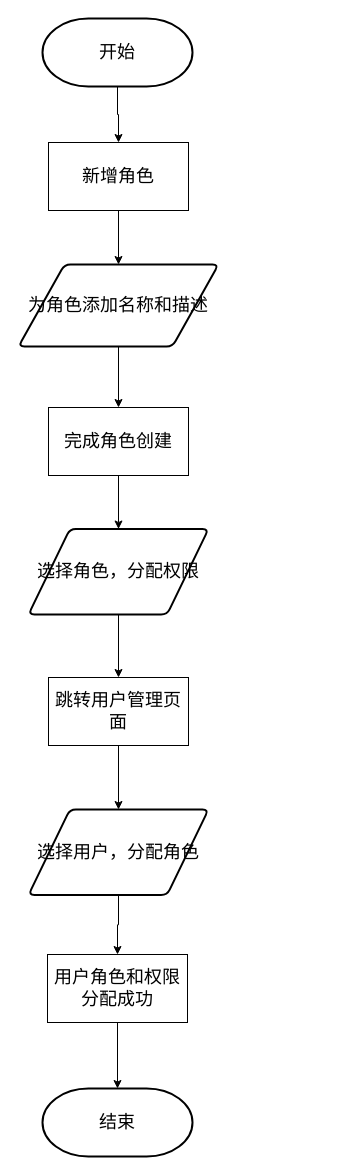
This is 分配用户角色权限模块流程图.drawio from FanDoggie/github-slideshow, a draw.io file, before an edit. Source tidied: cells renumbered, new cells numbered last; positions are measured from the earlier drawing's top-left corner, leaving out a move shared by most shapes. Both pictures are drawn from the tidied source at 100%, with x=0, y=0 at pixel (18, 18).
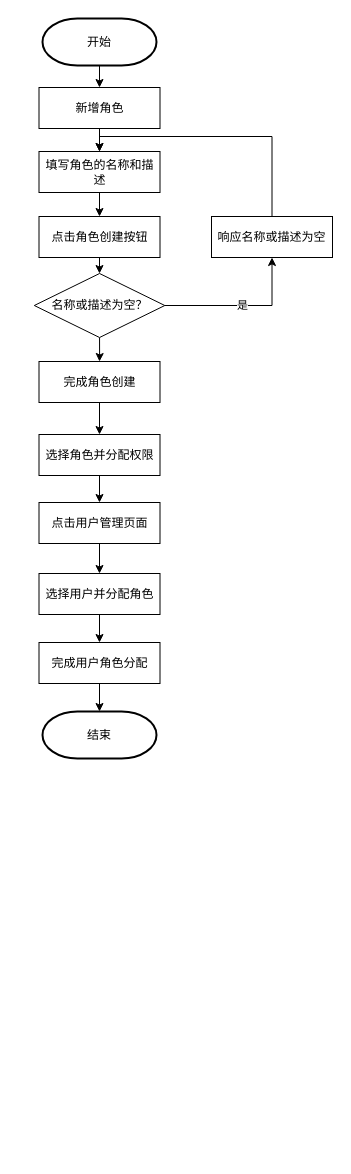
The same page after the edit.

Commit message:
更新分配用户角色权限模块流程图.drawio

Change to the diagram source:
```diff
@@
-    <mxCell id="3" value="开始" style="strokeWidth=2;html=1;shape=mxgraph.flowchart.terminator;whiteSpace=wrap;fontSize=18;" parent="1" vertex="1">
-      <mxGeometry x="24" width="150" height="68" as="geometry" />
+    <mxCell id="3" value="开始" style="strokeWidth=2;html=1;shape=mxgraph.flowchart.terminator;whiteSpace=wrap;fontSize=12;" parent="1" vertex="1">
+      <mxGeometry x="24" width="114" height="47" as="geometry" />
     </mxCell>
-    <mxCell id="4" style="edgeStyle=orthogonalEdgeStyle;rounded=0;jettySize=auto;html=1;" parent="1" edge="1" source="5" target="7">
-      <mxGeometry relative="1" as="geometry" />
-    </mxCell>
+    <mxCell id="19" style="edgeStyle=orthogonalEdgeStyle;rounded=0;jettySize=auto;html=1;exitX=0.5;exitY=1;exitDx=0;exitDy=0;entryX=0.5;entryY=0;entryDx=0;entryDy=0;" parent="1" edge="1" source="5" target="21">
+      <mxGeometry relative="1" as="geometry" />
+    </mxCell>
-    <mxCell id="5" value="新增角色" style="rounded=0;whiteSpace=wrap;html=1;fontSize=18;" parent="1" vertex="1">
-      <mxGeometry x="30" y="124" width="140" height="68" as="geometry" />
+    <mxCell id="5" value="新增角色" style="rounded=0;whiteSpace=wrap;html=1;fontSize=12;" parent="1" vertex="1">
+      <mxGeometry x="20.5" y="69" width="121" height="41" as="geometry" />
     </mxCell>
-    <mxCell id="6" style="edgeStyle=orthogonalEdgeStyle;rounded=0;jettySize=auto;html=1;" parent="1" edge="1" source="7" target="9">
-      <mxGeometry relative="1" as="geometry" />
-    </mxCell>
-    <mxCell id="7" value="&lt;font style=&quot;font-size: 18px;&quot;&gt;为角色添加名称和描述&lt;/font&gt;" style="shape=parallelogram;html=1;strokeWidth=2;perimeter=parallelogramPerimeter;whiteSpace=wrap;rounded=1;arcSize=12;size=0.23;fontSize=15;" parent="1" vertex="1">
-      <mxGeometry y="246" width="200" height="82" as="geometry" />
-    </mxCell>
-    <mxCell id="8" style="edgeStyle=orthogonalEdgeStyle;rounded=0;jettySize=auto;html=1;" parent="1" edge="1" source="9" target="11">
-      <mxGeometry relative="1" as="geometry" />
-    </mxCell>
+    <mxCell id="20" style="edgeStyle=orthogonalEdgeStyle;rounded=0;jettySize=auto;html=1;exitX=0.5;exitY=1;exitDx=0;exitDy=0;entryX=0.5;entryY=0;entryDx=0;entryDy=0;" parent="1" edge="1" source="21" target="23">
+      <mxGeometry relative="1" as="geometry" />
+    </mxCell>
+    <mxCell id="21" value="填写角色的名称和描述" style="rounded=0;whiteSpace=wrap;html=1;fontSize=12;" parent="1" vertex="1">
+      <mxGeometry x="20.5" y="133" width="121" height="41" as="geometry" />
+    </mxCell>
+    <mxCell id="22" style="edgeStyle=orthogonalEdgeStyle;rounded=0;jettySize=auto;html=1;exitX=0.5;exitY=1;exitDx=0;exitDy=0;" parent="1" edge="1" source="23" target="26">
+      <mxGeometry relative="1" as="geometry">
+        <Array as="points">
+          <mxPoint x="81" y="252" />
+          <mxPoint x="81" y="252" />
+        </Array>
+      </mxGeometry>
+    </mxCell>
+    <mxCell id="23" value="点击角色创建按钮" style="rounded=0;whiteSpace=wrap;html=1;fontSize=12;" parent="1" vertex="1">
+      <mxGeometry x="20.5" y="198" width="121" height="41" as="geometry" />
+    </mxCell>
+    <mxCell id="24" value="是" style="edgeStyle=orthogonalEdgeStyle;rounded=0;jettySize=auto;html=1;exitX=1;exitY=0.5;exitDx=0;exitDy=0;entryX=0.5;entryY=1;entryDx=0;entryDy=0;" parent="1" edge="1" source="26" target="28">
+      <mxGeometry relative="1" as="geometry" />
+    </mxCell>
+    <mxCell id="25" style="edgeStyle=orthogonalEdgeStyle;rounded=0;jettySize=auto;html=1;exitX=0.5;exitY=1;exitDx=0;exitDy=0;" parent="1" edge="1" source="26" target="9">
+      <mxGeometry relative="1" as="geometry" />
+    </mxCell>
+    <mxCell id="26" value="名称或描述为空？" style="rhombus;whiteSpace=wrap;html=1;" parent="1" vertex="1">
+      <mxGeometry x="15.8" y="255" width="130.5" height="64" as="geometry" />
+    </mxCell>
+    <mxCell id="27" style="edgeStyle=orthogonalEdgeStyle;rounded=0;jettySize=auto;html=1;exitX=0.5;exitY=0;exitDx=0;exitDy=0;entryX=0.5;entryY=0;entryDx=0;entryDy=0;" parent="1" edge="1" source="28" target="21">
+      <mxGeometry relative="1" as="geometry">
+        <Array as="points">
+          <mxPoint x="254" y="118" />
+          <mxPoint x="81" y="118" />
+        </Array>
+      </mxGeometry>
+    </mxCell>
+    <mxCell id="28" value="响应名称或描述为空" style="rounded=0;whiteSpace=wrap;html=1;fontSize=12;" parent="1" vertex="1">
+      <mxGeometry x="193" y="198" width="121" height="41" as="geometry" />
+    </mxCell>
+    <mxCell id="29" style="edgeStyle=orthogonalEdgeStyle;rounded=0;jettySize=auto;html=1;exitX=0.5;exitY=1;exitDx=0;exitDy=0;" parent="1" edge="1" source="9" target="31">
+      <mxGeometry relative="1" as="geometry" />
+    </mxCell>
-    <mxCell id="9" value="完成角色创建" style="rounded=0;whiteSpace=wrap;html=1;fontSize=18;" parent="1" vertex="1">
-      <mxGeometry x="30" y="389" width="140" height="68" as="geometry" />
+    <mxCell id="9" value="完成角色创建" style="rounded=0;whiteSpace=wrap;html=1;fontSize=12;" parent="1" vertex="1">
+      <mxGeometry x="20.5" y="343" width="121" height="41" as="geometry" />
     </mxCell>
-    <mxCell id="10" style="edgeStyle=orthogonalEdgeStyle;rounded=0;jettySize=auto;html=1;exitX=0.5;exitY=1;exitDx=0;exitDy=0;entryX=0.5;entryY=0;entryDx=0;entryDy=0;" parent="1" edge="1" source="11" target="13">
-      <mxGeometry relative="1" as="geometry" />
-    </mxCell>
-    <mxCell id="11" value="&lt;font style=&quot;font-size: 18px;&quot;&gt;选择角色，分配权限&lt;/font&gt;" style="shape=parallelogram;html=1;strokeWidth=2;perimeter=parallelogramPerimeter;whiteSpace=wrap;rounded=1;arcSize=12;size=0.23;fontSize=14;" parent="1" vertex="1">
-      <mxGeometry x="10" y="510.5" width="180" height="85.5" as="geometry" />
-    </mxCell>
-    <mxCell id="12" style="edgeStyle=orthogonalEdgeStyle;rounded=0;jettySize=auto;html=1;" parent="1" edge="1" source="13" target="15">
-      <mxGeometry relative="1" as="geometry" />
-    </mxCell>
-    <mxCell id="13" value="跳转用户管理页面" style="rounded=0;whiteSpace=wrap;html=1;fontSize=18;" parent="1" vertex="1">
-      <mxGeometry x="30" y="659" width="140" height="68" as="geometry" />
-    </mxCell>
-    <mxCell id="14" style="edgeStyle=orthogonalEdgeStyle;rounded=0;jettySize=auto;html=1;" parent="1" edge="1" source="15" target="17">
-      <mxGeometry relative="1" as="geometry" />
-    </mxCell>
-    <mxCell id="15" value="&lt;font style=&quot;font-size: 18px;&quot;&gt;选择用户，分配角色&lt;/font&gt;" style="shape=parallelogram;html=1;strokeWidth=2;perimeter=parallelogramPerimeter;whiteSpace=wrap;rounded=1;arcSize=12;size=0.23;fontSize=14;" parent="1" vertex="1">
-      <mxGeometry x="10" y="791" width="180" height="85.5" as="geometry" />
-    </mxCell>
-    <mxCell id="16" style="edgeStyle=orthogonalEdgeStyle;rounded=0;jettySize=auto;html=1;" parent="1" edge="1" source="17" target="18">
-      <mxGeometry relative="1" as="geometry" />
-    </mxCell>
-    <mxCell id="17" value="用户角色和权限分配成功" style="rounded=0;whiteSpace=wrap;html=1;fontSize=18;" parent="1" vertex="1">
-      <mxGeometry x="29" y="936" width="140" height="68" as="geometry" />
-    </mxCell>
+    <mxCell id="30" style="edgeStyle=orthogonalEdgeStyle;rounded=0;jettySize=auto;html=1;exitX=0.5;exitY=1;exitDx=0;exitDy=0;entryX=0.5;entryY=0;entryDx=0;entryDy=0;" parent="1" edge="1" source="31" target="33">
+      <mxGeometry relative="1" as="geometry" />
+    </mxCell>
+    <mxCell id="31" value="选择角色并分配权限" style="rounded=0;whiteSpace=wrap;html=1;fontSize=12;" parent="1" vertex="1">
+      <mxGeometry x="20.5" y="416" width="121" height="41" as="geometry" />
+    </mxCell>
+    <mxCell id="32" style="edgeStyle=orthogonalEdgeStyle;rounded=0;jettySize=auto;html=1;exitX=0.5;exitY=1;exitDx=0;exitDy=0;entryX=0.5;entryY=0;entryDx=0;entryDy=0;" parent="1" edge="1" source="33" target="35">
+      <mxGeometry relative="1" as="geometry" />
+    </mxCell>
+    <mxCell id="33" value="点击用户管理页面" style="rounded=0;whiteSpace=wrap;html=1;fontSize=12;" parent="1" vertex="1">
+      <mxGeometry x="20.5" y="484" width="121" height="41" as="geometry" />
+    </mxCell>
+    <mxCell id="34" style="edgeStyle=orthogonalEdgeStyle;rounded=0;jettySize=auto;html=1;exitX=0.5;exitY=1;exitDx=0;exitDy=0;" parent="1" edge="1" source="35" target="37">
+      <mxGeometry relative="1" as="geometry" />
+    </mxCell>
+    <mxCell id="35" value="选择用户并分配角色" style="rounded=0;whiteSpace=wrap;html=1;fontSize=12;" parent="1" vertex="1">
+      <mxGeometry x="20.5" y="555" width="121" height="41" as="geometry" />
+    </mxCell>
+    <mxCell id="36" style="edgeStyle=orthogonalEdgeStyle;rounded=0;jettySize=auto;html=1;exitX=0.5;exitY=1;exitDx=0;exitDy=0;" parent="1" edge="1" source="37" target="18">
+      <mxGeometry relative="1" as="geometry" />
+    </mxCell>
+    <mxCell id="37" value="完成用户角色分配" style="rounded=0;whiteSpace=wrap;html=1;fontSize=12;" parent="1" vertex="1">
+      <mxGeometry x="20.5" y="624" width="121" height="41" as="geometry" />
+    </mxCell>
-    <mxCell id="18" value="结束" style="strokeWidth=2;html=1;shape=mxgraph.flowchart.terminator;whiteSpace=wrap;fontSize=18;" parent="1" vertex="1">
-      <mxGeometry x="24" y="1070" width="150" height="68" as="geometry" />
+    <mxCell id="18" value="结束" style="strokeWidth=2;html=1;shape=mxgraph.flowchart.terminator;whiteSpace=wrap;fontSize=12;" parent="1" vertex="1">
+      <mxGeometry x="24" y="693" width="114" height="47" as="geometry" />
     </mxCell>
```
